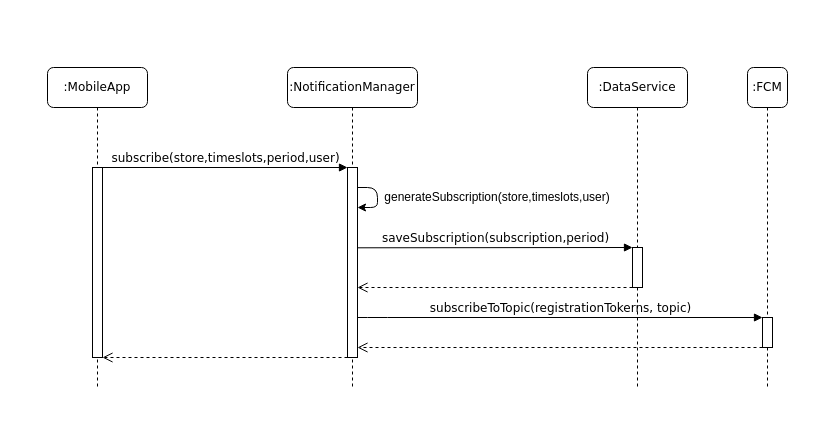
Before: Relevant DD information/Sequence Diagrams/DrawIO/subscribeSeq.drawio in EtionPinari/PinariRomeoSbrolli, a draw.io diagram. Source tidied: cells renumbered, new cells numbered last; positions are measured from the earlier drawing's top-left corner, leaving out a move shared by most shapes. Both pictures are drawn from the tidied source at 100%, with x=0, y=0 at pixel (47, 67).
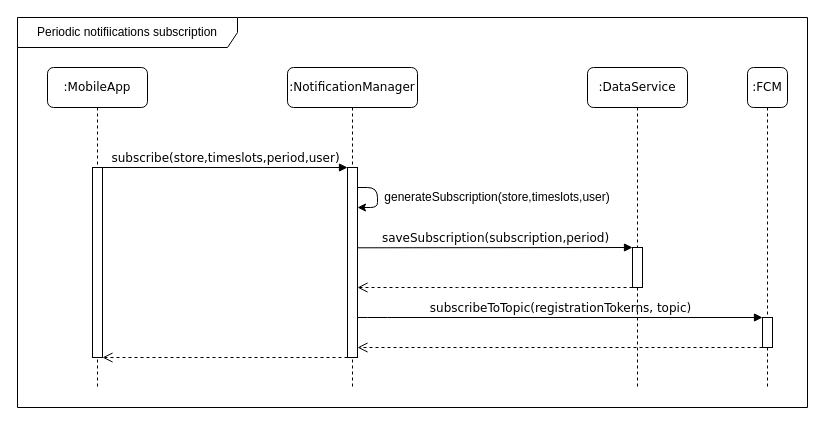
Above is the later version.

What changed in the source:
```diff
@@
+    <mxCell id="18" value="Periodic notifiications subscription" style="shape=umlFrame;whiteSpace=wrap;html=1;fillColor=#FFFFFF;width=220;height=30;" parent="1" vertex="1">
+      <mxGeometry x="-30" y="-50" width="790" height="390" as="geometry" />
+    </mxCell>
```
